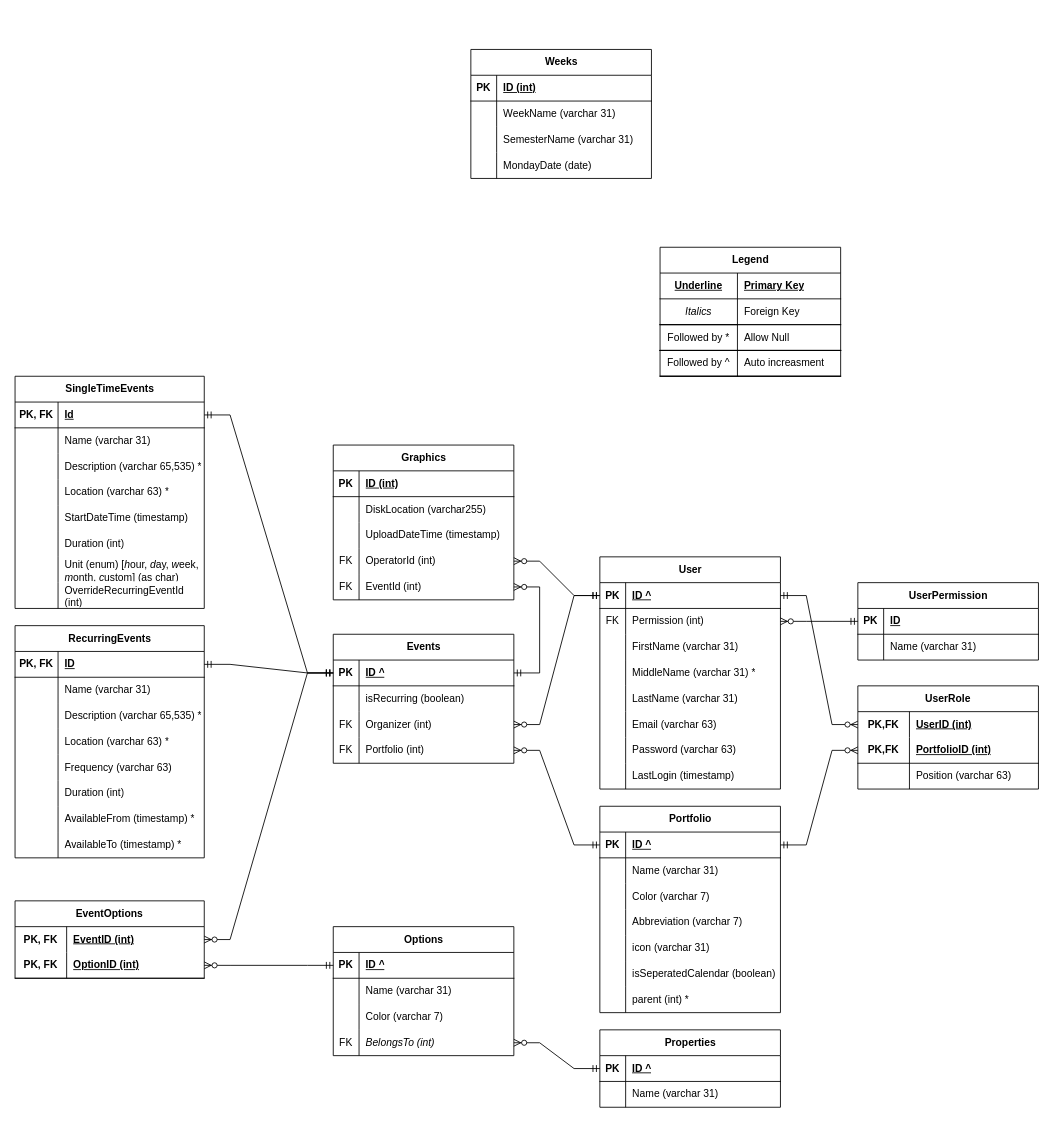
stewebb/eTWIG keeps this draw.io diagram as design/eTWIG.ER.drawio. Above is the earlier version. Source tidied: cells renumbered, new cells numbered last; positions are measured from the earlier drawing's top-left corner, leaving out a move shared by most shapes. Both pictures are drawn from the tidied source at 86%, with x=0, y=0 at pixel (15, 49).
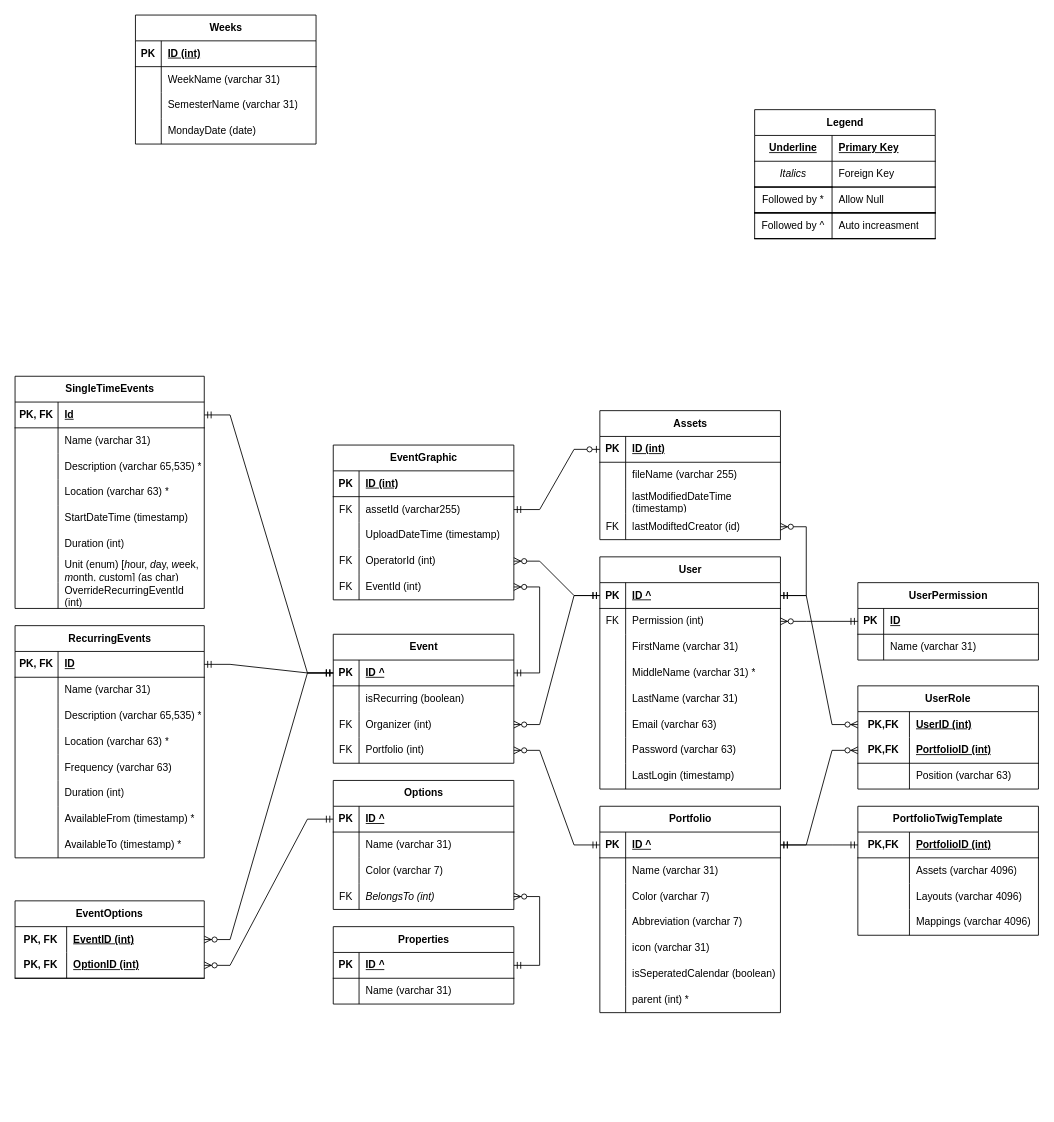
Above is the later version.

Unchanged cells that the change refers to:
```xml
<mxCell id="16" style="shape=tableRow;horizontal=0;startSize=0;swimlaneHead=0;swimlaneBody=0;fillColor=none;points=[[0,0.5],[1,0.5]];portConstraint=eastwest;top=0;left=0;right=0;bottom=1;" parent="15" vertex="1">
  <mxGeometry y="30" width="210" height="30" as="geometry" />
</mxCell>
<mxCell id="51" style="shape=tableRow;horizontal=0;startSize=0;swimlaneHead=0;swimlaneBody=0;fillColor=none;points=[[0,0.5],[1,0.5]];portConstraint=eastwest;top=0;left=0;right=0;bottom=1;" parent="50" vertex="1">
  <mxGeometry y="30" width="210" height="30" as="geometry" />
</mxCell>
<mxCell id="135" style="shape=tableRow;horizontal=0;startSize=0;swimlaneHead=0;swimlaneBody=0;fillColor=none;points=[[0,0.5],[1,0.5]];portConstraint=eastwest;top=0;left=0;right=0;bottom=1;" parent="134" vertex="1">
  <mxGeometry y="30" width="210" height="30" as="geometry" />
</mxCell>
<mxCell id="151" style="shape=tableRow;horizontal=0;startSize=0;swimlaneHead=0;swimlaneBody=0;fillColor=none;points=[[0,0.5],[1,0.5]];portConstraint=eastwest;top=0;left=0;right=0;bottom=0;" parent="141" vertex="1">
  <mxGeometry y="120" width="210" height="30" as="geometry" />
</mxCell>
<mxCell id="196" style="shape=tableRow;horizontal=0;startSize=0;swimlaneHead=0;swimlaneBody=0;fillColor=none;points=[[0,0.5],[1,0.5]];portConstraint=eastwest;top=0;left=0;right=0;bottom=0;" parent="192" vertex="1">
  <mxGeometry y="60" width="210" height="30" as="geometry" />
</mxCell>
```

What changed in the source:
```diff
@@
     <mxCell id="2" value="Weeks" style="shape=table;startSize=30;childLayout=tableLayout;rowLines=0;fontStyle=1;align=center;html=1;" parent="1" vertex="1">
-      <mxGeometry x="530" width="210" height="150" as="geometry" />
+      <mxGeometry x="140" y="-40" width="210" height="150" as="geometry" />
     </mxCell>
@@
     <mxCell id="37" value="Legend" style="shape=table;startSize=30;childLayout=tableLayout;rowLines=0;fontStyle=1;align=center;html=1;swimlaneLine=1;" parent="1" vertex="1">
-      <mxGeometry x="750" y="230" width="210" height="150" as="geometry" />
+      <mxGeometry x="860" y="70" width="210" height="150" as="geometry" />
     </mxCell>
@@
     <mxCell id="134" value="Properties" style="shape=table;startSize=30;childLayout=tableLayout;rowLines=0;fontStyle=1;align=center;html=1;" parent="1" vertex="1">
-      <mxGeometry x="680" y="1140" width="210" height="90" as="geometry" />
+      <mxGeometry x="370" y="1020" width="210" height="90" as="geometry" />
     </mxCell>
@@
     <mxCell id="141" value="Options" style="shape=table;startSize=30;childLayout=tableLayout;rowLines=0;fontStyle=1;align=center;html=1;" parent="1" vertex="1">
-      <mxGeometry x="370" y="1020" width="210" height="150" as="geometry" />
+      <mxGeometry x="370" y="850" width="210" height="150" as="geometry" />
     </mxCell>
@@
-    <mxCell id="161" style="edgeStyle=entityRelationEdgeStyle;fontSize=12;html=1;endArrow=ERzeroToMany;startArrow=ERmandOne;rounded=0;exitX=0;exitY=0.5;exitDx=0;exitDy=0;" parent="1" edge="1" source="135" target="151">
+    <mxCell id="161" style="edgeStyle=entityRelationEdgeStyle;fontSize=12;html=1;endArrow=ERzeroToMany;startArrow=ERmandOne;rounded=0;exitX=1;exitY=0.5;exitDx=0;exitDy=0;" parent="1" edge="1" source="135" target="151">
       <mxGeometry relative="1" as="geometry" />
     </mxCell>
-    <mxCell id="162" value="Events" style="shape=table;startSize=30;childLayout=tableLayout;rowLines=0;fontStyle=1;align=center;html=1;" parent="1" vertex="1">
+    <mxCell id="162" value="Event" style="shape=table;startSize=30;childLayout=tableLayout;rowLines=0;fontStyle=1;align=center;html=1;" parent="1" vertex="1">
       <mxGeometry x="370" y="680" width="210" height="150" as="geometry" />
     </mxCell>
@@
-    <mxCell id="192" value="Graphics" style="shape=table;startSize=30;childLayout=tableLayout;rowLines=0;fontStyle=1;align=center;html=1;" parent="1" vertex="1">
+    <mxCell id="192" value="EventGraphic" style="shape=table;startSize=30;childLayout=tableLayout;rowLines=0;fontStyle=1;align=center;html=1;" parent="1" vertex="1">
       <mxGeometry x="370" y="460" width="210" height="180" as="geometry" />
     </mxCell>
@@
-    <mxCell id="197" style="shape=partialRectangle;fillColor=none;top=0;left=0;bottom=0;right=0;overflow=hidden;whiteSpace=wrap;html=1;" parent="196" vertex="1">
+    <mxCell id="197" value="FK" style="shape=partialRectangle;fillColor=none;top=0;left=0;bottom=0;right=0;overflow=hidden;whiteSpace=wrap;html=1;" parent="196" vertex="1">
       <mxGeometry width="30" height="30" as="geometry" />
     </mxCell>
-    <mxCell id="198" value="DiskLocation (varchar255)" style="shape=partialRectangle;fillColor=none;top=0;left=0;bottom=0;right=0;align=left;spacingLeft=6;overflow=hidden;whiteSpace=wrap;html=1;" parent="196" vertex="1">
+    <mxCell id="198" value="assetId (varchar255)" style="shape=partialRectangle;fillColor=none;top=0;left=0;bottom=0;right=0;align=left;spacingLeft=6;overflow=hidden;whiteSpace=wrap;html=1;" parent="196" vertex="1">
       <mxGeometry x="30" width="180" height="30" as="geometry" />
     </mxCell>
@@
+    <mxCell id="210" value="PortfolioTwigTemplate" style="shape=table;startSize=30;childLayout=tableLayout;rowLines=0;fontStyle=1;align=center;html=1;whiteSpace=wrap;" parent="1" vertex="1">
+      <mxGeometry x="980" y="880" width="210" height="150" as="geometry" />
+    </mxCell>
+    <mxCell id="211" style="shape=tableRow;horizontal=0;startSize=0;swimlaneHead=0;swimlaneBody=0;fillColor=none;points=[[0,0.5],[1,0.5]];portConstraint=eastwest;top=0;left=0;right=0;bottom=1;html=1;" parent="210" vertex="1">
+      <mxGeometry y="30" width="210" height="30" as="geometry" />
+    </mxCell>
+    <mxCell id="212" value="PK,FK" style="shape=partialRectangle;fillColor=none;top=0;left=0;bottom=0;right=0;fontStyle=1;overflow=hidden;html=1;whiteSpace=wrap;" parent="211" vertex="1">
+      <mxGeometry width="60" height="30" as="geometry" />
+    </mxCell>
+    <mxCell id="213" value="PortfolioID (int)" style="shape=partialRectangle;fillColor=none;top=0;left=0;bottom=0;right=0;align=left;spacingLeft=6;fontStyle=5;overflow=hidden;html=1;whiteSpace=wrap;" parent="211" vertex="1">
+      <mxGeometry x="60" width="150" height="30" as="geometry" />
+    </mxCell>
+    <mxCell id="214" style="shape=tableRow;horizontal=0;startSize=0;swimlaneHead=0;swimlaneBody=0;fillColor=none;top=0;left=0;right=0;bottom=0;html=1;" parent="210" vertex="1">
+      <mxGeometry y="60" width="210" height="30" as="geometry" />
+    </mxCell>
+    <mxCell id="215" style="shape=partialRectangle;fillColor=none;top=0;left=0;bottom=0;right=0;overflow=hidden;html=1;whiteSpace=wrap;" parent="214" vertex="1">
+      <mxGeometry width="60" height="30" as="geometry" />
+    </mxCell>
+    <mxCell id="216" value="Assets (varchar 4096)" style="shape=partialRectangle;fillColor=none;top=0;left=0;bottom=0;right=0;align=left;spacingLeft=6;overflow=hidden;html=1;whiteSpace=wrap;" parent="214" vertex="1">
+      <mxGeometry x="60" width="150" height="30" as="geometry" />
+    </mxCell>
+    <mxCell id="217" style="shape=tableRow;horizontal=0;startSize=0;swimlaneHead=0;swimlaneBody=0;fillColor=none;top=0;left=0;right=0;bottom=0;html=1;" parent="210" vertex="1">
+      <mxGeometry y="90" width="210" height="30" as="geometry" />
+    </mxCell>
+    <mxCell id="218" style="shape=partialRectangle;fillColor=none;top=0;left=0;bottom=0;right=0;overflow=hidden;html=1;whiteSpace=wrap;" parent="217" vertex="1">
+      <mxGeometry width="60" height="30" as="geometry" />
+    </mxCell>
+    <mxCell id="219" value="Layouts (varchar 4096)" style="shape=partialRectangle;fillColor=none;top=0;left=0;bottom=0;right=0;align=left;spacingLeft=6;overflow=hidden;html=1;whiteSpace=wrap;" parent="217" vertex="1">
+      <mxGeometry x="60" width="150" height="30" as="geometry" />
+    </mxCell>
+    <mxCell id="220" style="shape=tableRow;horizontal=0;startSize=0;swimlaneHead=0;swimlaneBody=0;fillColor=none;top=0;left=0;right=0;bottom=0;html=1;" parent="210" vertex="1">
+      <mxGeometry y="120" width="210" height="30" as="geometry" />
+    </mxCell>
+    <mxCell id="221" style="shape=partialRectangle;fillColor=none;top=0;left=0;bottom=0;right=0;overflow=hidden;html=1;whiteSpace=wrap;" parent="220" vertex="1">
+      <mxGeometry width="60" height="30" as="geometry" />
+    </mxCell>
+    <mxCell id="222" value="Mappings (varchar 4096)" style="shape=partialRectangle;fillColor=none;top=0;left=0;bottom=0;right=0;align=left;spacingLeft=6;overflow=hidden;html=1;whiteSpace=wrap;" parent="220" vertex="1">
+      <mxGeometry x="60" width="150" height="30" as="geometry" />
+    </mxCell>
+    <mxCell id="223" value="Assets" style="shape=table;startSize=30;childLayout=tableLayout;rowLines=0;fontStyle=1;align=center;html=1;" parent="1" vertex="1">
+      <mxGeometry x="680" y="420" width="210" height="150" as="geometry" />
+    </mxCell>
+    <mxCell id="224" style="shape=tableRow;horizontal=0;startSize=0;swimlaneHead=0;swimlaneBody=0;fillColor=none;points=[[0,0.5],[1,0.5]];portConstraint=eastwest;top=0;left=0;right=0;bottom=1;" parent="223" vertex="1">
+      <mxGeometry y="30" width="210" height="30" as="geometry" />
+    </mxCell>
+    <mxCell id="225" value="PK" style="shape=partialRectangle;fillColor=none;top=0;left=0;bottom=0;right=0;fontStyle=1;overflow=hidden;whiteSpace=wrap;html=1;" parent="224" vertex="1">
+      <mxGeometry width="30" height="30" as="geometry" />
+    </mxCell>
+    <mxCell id="226" value="ID (int)" style="shape=partialRectangle;fillColor=none;top=0;left=0;bottom=0;right=0;align=left;spacingLeft=6;fontStyle=5;overflow=hidden;whiteSpace=wrap;html=1;" parent="224" vertex="1">
+      <mxGeometry x="30" width="180" height="30" as="geometry" />
+    </mxCell>
+    <mxCell id="227" style="shape=tableRow;horizontal=0;startSize=0;swimlaneHead=0;swimlaneBody=0;fillColor=none;top=0;left=0;right=0;bottom=0;" parent="223" vertex="1">
+      <mxGeometry y="60" width="210" height="30" as="geometry" />
+    </mxCell>
+    <mxCell id="228" style="shape=partialRectangle;fillColor=none;top=0;left=0;bottom=0;right=0;overflow=hidden;whiteSpace=wrap;html=1;" parent="227" vertex="1">
+      <mxGeometry width="30" height="30" as="geometry" />
+    </mxCell>
+    <mxCell id="229" value="fileName (varchar 255)" style="shape=partialRectangle;fillColor=none;top=0;left=0;bottom=0;right=0;align=left;spacingLeft=6;overflow=hidden;whiteSpace=wrap;html=1;" parent="227" vertex="1">
+      <mxGeometry x="30" width="180" height="30" as="geometry" />
+    </mxCell>
+    <mxCell id="230" style="shape=tableRow;horizontal=0;startSize=0;swimlaneHead=0;swimlaneBody=0;fillColor=none;top=0;left=0;right=0;bottom=0;" parent="223" vertex="1">
+      <mxGeometry y="90" width="210" height="30" as="geometry" />
+    </mxCell>
+    <mxCell id="231" style="shape=partialRectangle;fillColor=none;top=0;left=0;bottom=0;right=0;overflow=hidden;whiteSpace=wrap;html=1;" parent="230" vertex="1">
+      <mxGeometry width="30" height="30" as="geometry" />
+    </mxCell>
+    <mxCell id="232" value="lastModifiedDateTime (timestamp)" style="shape=partialRectangle;fillColor=none;top=0;left=0;bottom=0;right=0;align=left;spacingLeft=6;overflow=hidden;whiteSpace=wrap;html=1;" parent="230" vertex="1">
+      <mxGeometry x="30" width="180" height="30" as="geometry" />
+    </mxCell>
+    <mxCell id="233" style="shape=tableRow;horizontal=0;startSize=0;swimlaneHead=0;swimlaneBody=0;fillColor=none;points=[[0,0.5],[1,0.5]];portConstraint=eastwest;top=0;left=0;right=0;bottom=0;" parent="223" vertex="1">
+      <mxGeometry y="120" width="210" height="30" as="geometry" />
+    </mxCell>
+    <mxCell id="234" value="FK" style="shape=partialRectangle;fillColor=none;top=0;left=0;bottom=0;right=0;overflow=hidden;whiteSpace=wrap;html=1;" parent="233" vertex="1">
+      <mxGeometry width="30" height="30" as="geometry" />
+    </mxCell>
+    <mxCell id="235" value="lastModiftedCreator (id)" style="shape=partialRectangle;fillColor=none;top=0;left=0;bottom=0;right=0;align=left;spacingLeft=6;overflow=hidden;whiteSpace=wrap;html=1;" parent="233" vertex="1">
+      <mxGeometry x="30" width="180" height="30" as="geometry" />
+    </mxCell>
+    <mxCell id="236" style="edgeStyle=entityRelationEdgeStyle;fontSize=12;html=1;endArrow=ERzeroToOne;startArrow=ERmandOne;rounded=0;entryX=0;entryY=0.5;entryDx=0;entryDy=0;exitX=1;exitY=0.5;exitDx=0;exitDy=0;" parent="1" edge="1" source="196" target="224">
+      <mxGeometry relative="1" as="geometry">
+        <Array as="points">
+          <mxPoint x="340" y="440" />
+        </Array>
+      </mxGeometry>
+    </mxCell>
+    <mxCell id="237" style="fontSize=12;html=1;endArrow=ERzeroToMany;startArrow=ERmandOne;rounded=0;elbow=vertical;entryX=1;entryY=0.5;entryDx=0;entryDy=0;exitX=1;exitY=0.5;exitDx=0;exitDy=0;edgeStyle=entityRelationEdgeStyle;" parent="1" edge="1" source="51" target="233">
+      <mxGeometry relative="1" as="geometry" />
+    </mxCell>
+    <mxCell id="238" style="edgeStyle=entityRelationEdgeStyle;fontSize=12;html=1;endArrow=ERmandOne;startArrow=ERmandOne;rounded=0;exitX=1;exitY=0.5;exitDx=0;exitDy=0;entryX=0;entryY=0.5;entryDx=0;entryDy=0;" parent="1" edge="1" source="16" target="211">
+      <mxGeometry relative="1" as="geometry" />
+    </mxCell>
```
